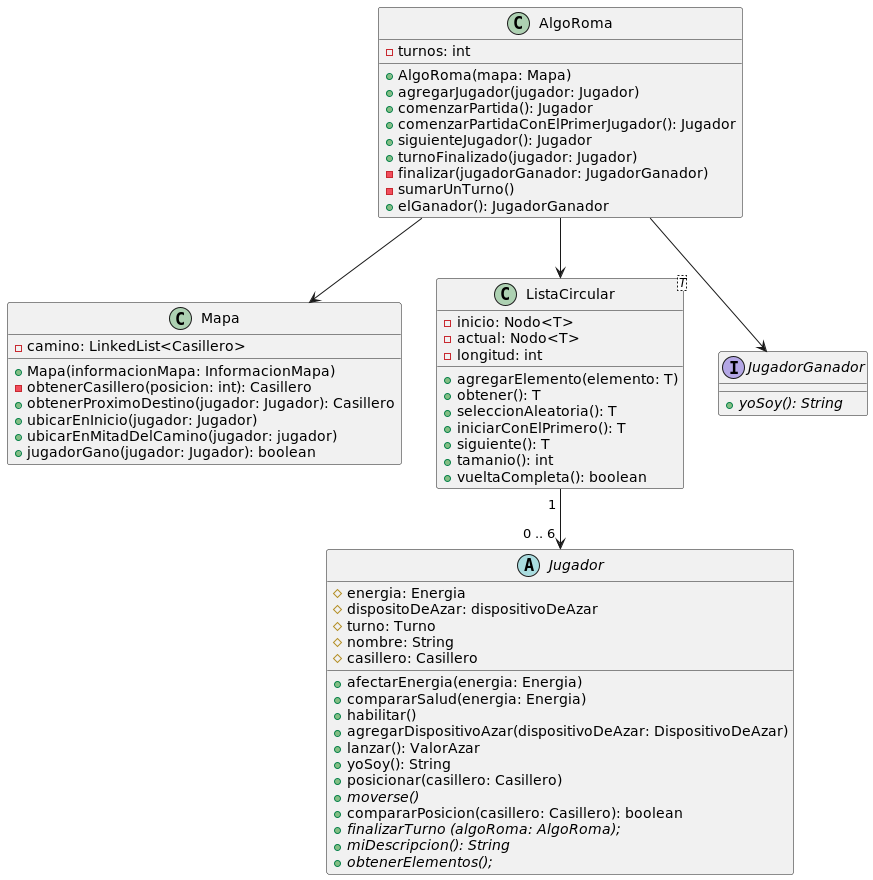
Before: diagrams/classes/DiagramasAlgoRoma/AlgoRoma.png, a diagram exported from PlantUML (CrissRMFI/TP2-AlgoIII).
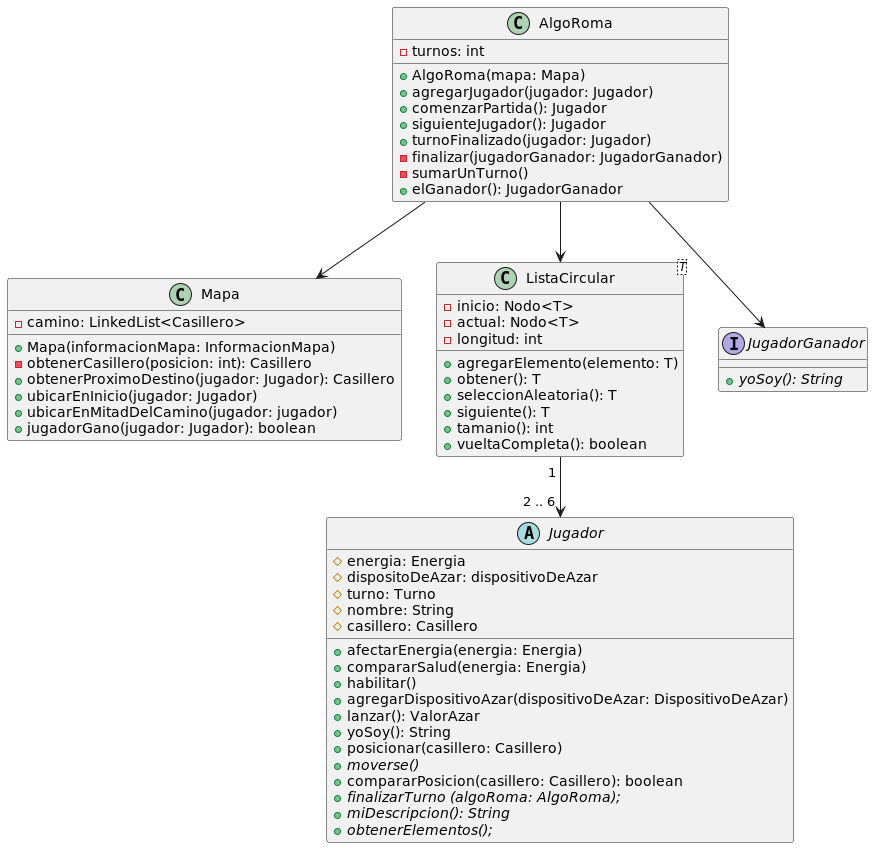
The same diagram one commit later.

Commit message:
modificacion del diagrama de clases de AlgoRoma

The edit, as a diff of the source:
```diff
@@ -5,7 +5,6 @@
     +AlgoRoma(mapa: Mapa)
     +agregarJugador(jugador: Jugador)
     +comenzarPartida(): Jugador
-    +comenzarPartidaConElPrimerJugador(): Jugador
     +siguienteJugador(): Jugador
     +turnoFinalizado(jugador: Jugador)
     -finalizar(jugadorGanador: JugadorGanador)
@@ -21,7 +20,6 @@
     +agregarElemento(elemento: T)
     +obtener(): T
     +seleccionAleatoria(): T
-    +iniciarConElPrimero(): T
     +siguiente(): T
     +tamanio(): int
     +vueltaCompleta(): boolean
@@ -70,7 +68,7 @@
 
 AlgoRoma --> ListaCircular
 
-ListaCircular "1 " --> "0 .. 6 " Jugador
+ListaCircular "1 " --> "2 .. 6 " Jugador
 
 AlgoRoma --> Mapa
 AlgoRoma --> JugadorGanador
```
